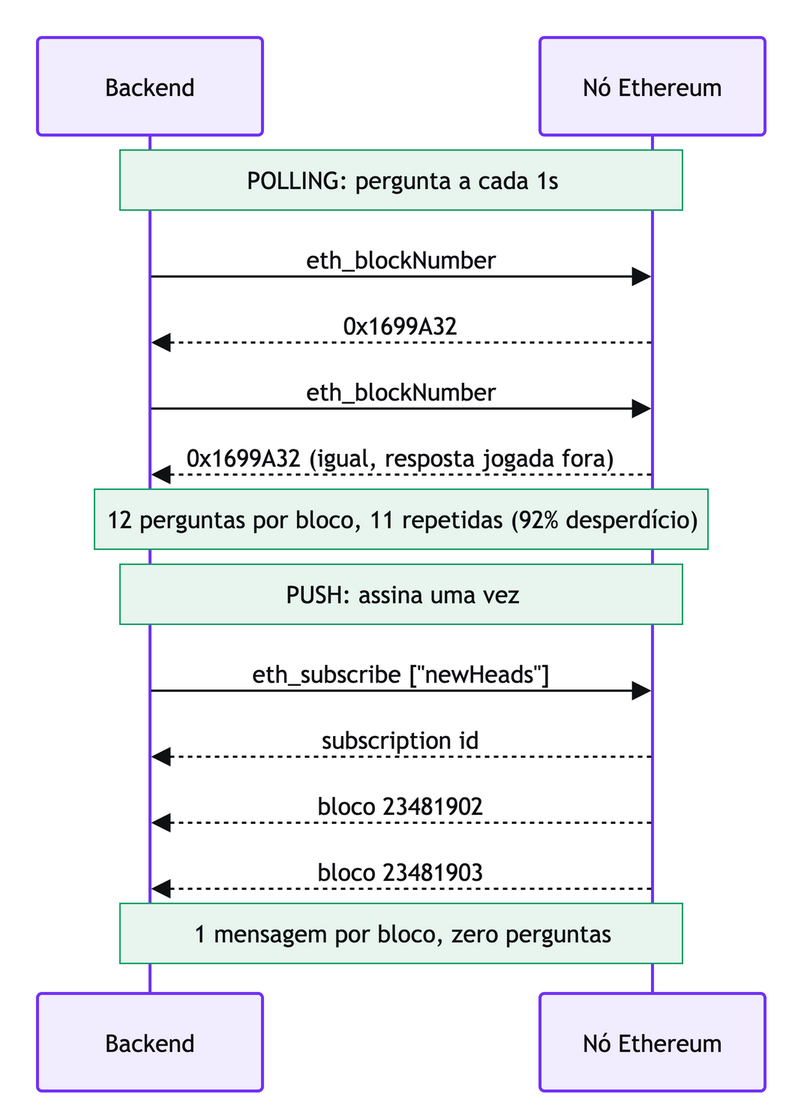
The draw.io diagram apps/web/public/diagrams/websocket-rpc-blockchain/polling-vs-push.png in Yuhtin/ics-select, before a commit. Source tidied: cells renumbered, new cells last; positions are measured from the earlier drawing's top-left corner, leaving out a move shared by most shapes.
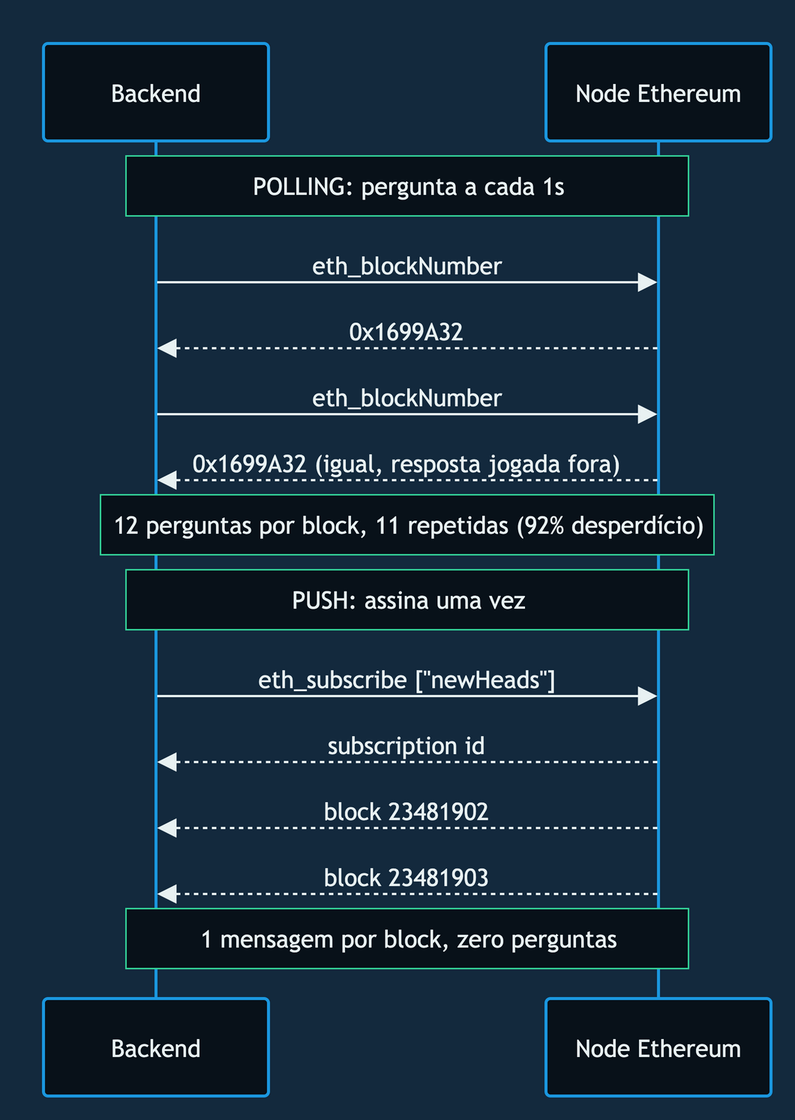
The same diagram one commit later.

The edit, as a diff of the source:
```diff
@@ -1,79 +1,79 @@
-<mxGraphModel>
+<mxGraphModel background="#13293d">
   <root>
     <mxCell id="0" />
     <mxCell id="1" parent="0" />
-    <mxCell id="2" value="Backend" style="html=1;shape=umlLifeline;perimeter=lifelinePerimeter;whiteSpace=wrap;outlineConnect=0;portConstraint=eastwest;newEdgeStyle={&quot;edgeStyle&quot;:&quot;elbowEdgeStyle&quot;,&quot;elbow&quot;:&quot;vertical&quot;,&quot;curved&quot;:0,&quot;rounded&quot;:0};lifelineDashed=0;strokeWidth=2;rounded=1;absoluteArcSize=1;arcSize=6;lifelineColor=#7132f5;fillColor=#f2ecff;strokeColor=#7132f5;fontColor=#101114;size=65;lifelineMirror=1;fontFamily=Trebuchet MS,Verdana,Arial,sans-serif;fontSize=16;" parent="1" vertex="1">
+    <mxCell id="2" value="Backend" style="html=1;shape=umlLifeline;perimeter=lifelinePerimeter;whiteSpace=wrap;outlineConnect=0;portConstraint=eastwest;newEdgeStyle={&quot;edgeStyle&quot;:&quot;elbowEdgeStyle&quot;,&quot;elbow&quot;:&quot;vertical&quot;,&quot;curved&quot;:0,&quot;rounded&quot;:0};lifelineDashed=0;strokeWidth=2;rounded=1;absoluteArcSize=1;arcSize=6;lifelineColor=#456a85;fillColor=#081119;strokeColor=#1b98e0;fontColor=#e8f1f2;size=65;lifelineMirror=1;fontFamily=Trebuchet MS,Verdana,Arial,sans-serif;fontSize=16;" parent="1" vertex="1">
       <mxGeometry width="150" height="702" as="geometry" />
     </mxCell>
-    <mxCell id="3" value="Nó Ethereum" style="html=1;shape=umlLifeline;perimeter=lifelinePerimeter;whiteSpace=wrap;outlineConnect=0;portConstraint=eastwest;newEdgeStyle={&quot;edgeStyle&quot;:&quot;elbowEdgeStyle&quot;,&quot;elbow&quot;:&quot;vertical&quot;,&quot;curved&quot;:0,&quot;rounded&quot;:0};lifelineDashed=0;strokeWidth=2;rounded=1;absoluteArcSize=1;arcSize=6;lifelineColor=#7132f5;fillColor=#f2ecff;strokeColor=#7132f5;fontColor=#101114;size=65;lifelineMirror=1;fontFamily=Trebuchet MS,Verdana,Arial,sans-serif;fontSize=16;" parent="1" vertex="1">
+    <mxCell id="3" value="Node Ethereum" style="html=1;shape=umlLifeline;perimeter=lifelinePerimeter;whiteSpace=wrap;outlineConnect=0;portConstraint=eastwest;newEdgeStyle={&quot;edgeStyle&quot;:&quot;elbowEdgeStyle&quot;,&quot;elbow&quot;:&quot;vertical&quot;,&quot;curved&quot;:0,&quot;rounded&quot;:0};lifelineDashed=0;strokeWidth=2;rounded=1;absoluteArcSize=1;arcSize=6;lifelineColor=#456a85;fillColor=#081119;strokeColor=#1b98e0;fontColor=#e8f1f2;size=65;lifelineMirror=1;fontFamily=Trebuchet MS,Verdana,Arial,sans-serif;fontSize=16;" parent="1" vertex="1">
       <mxGeometry x="335" width="150" height="702" as="geometry" />
     </mxCell>
-    <mxCell id="4" value="eth_blockNumber" style="endArrow=block;endSize=9;verticalAlign=bottom;edgeStyle=elbowEdgeStyle;elbow=vertical;curved=0;rounded=0;fontSize=16;labelBackgroundColor=none;strokeWidth=1.5;strokeColor=#101114;fontColor=#101114;fontFamily=Trebuchet MS,Verdana,Arial,sans-serif;" parent="1" edge="1" source="2" target="3">
+    <mxCell id="4" value="eth_blockNumber" style="endArrow=block;endSize=9;verticalAlign=bottom;edgeStyle=elbowEdgeStyle;elbow=vertical;curved=0;rounded=0;fontSize=16;labelBackgroundColor=none;strokeWidth=1.5;strokeColor=#e8f1f2;fontColor=#e8f1f2;fontFamily=Trebuchet MS,Verdana,Arial,sans-serif;" parent="1" edge="1" source="2" target="3">
       <mxGeometry relative="1" as="geometry">
         <Array as="points">
           <mxPoint x="243" y="159" />
         </Array>
       </mxGeometry>
     </mxCell>
-    <mxCell id="5" value="0x1699A32" style="dashed=1;fixDash=1;dashPattern=3 3;endArrow=block;endSize=9;verticalAlign=bottom;edgeStyle=elbowEdgeStyle;elbow=vertical;curved=0;rounded=0;fontSize=16;labelBackgroundColor=none;strokeWidth=1.5;strokeColor=#101114;fontColor=#101114;fontFamily=Trebuchet MS,Verdana,Arial,sans-serif;" parent="1" edge="1" source="3" target="2">
+    <mxCell id="5" value="0x1699A32" style="dashed=1;fixDash=1;dashPattern=3 3;endArrow=block;endSize=9;verticalAlign=bottom;edgeStyle=elbowEdgeStyle;elbow=vertical;curved=0;rounded=0;fontSize=16;labelBackgroundColor=none;strokeWidth=1.5;strokeColor=#e8f1f2;fontColor=#e8f1f2;fontFamily=Trebuchet MS,Verdana,Arial,sans-serif;" parent="1" edge="1" source="3" target="2">
       <mxGeometry relative="1" as="geometry">
         <Array as="points">
           <mxPoint x="243" y="203" />
         </Array>
       </mxGeometry>
     </mxCell>
-    <mxCell id="6" value="eth_blockNumber" style="endArrow=block;endSize=9;verticalAlign=bottom;edgeStyle=elbowEdgeStyle;elbow=vertical;curved=0;rounded=0;fontSize=16;labelBackgroundColor=none;strokeWidth=1.5;strokeColor=#101114;fontColor=#101114;fontFamily=Trebuchet MS,Verdana,Arial,sans-serif;" parent="1" edge="1" source="2" target="3">
+    <mxCell id="6" value="eth_blockNumber" style="endArrow=block;endSize=9;verticalAlign=bottom;edgeStyle=elbowEdgeStyle;elbow=vertical;curved=0;rounded=0;fontSize=16;labelBackgroundColor=none;strokeWidth=1.5;strokeColor=#e8f1f2;fontColor=#e8f1f2;fontFamily=Trebuchet MS,Verdana,Arial,sans-serif;" parent="1" edge="1" source="2" target="3">
       <mxGeometry relative="1" as="geometry">
         <Array as="points">
           <mxPoint x="243" y="247" />
         </Array>
       </mxGeometry>
     </mxCell>
-    <mxCell id="7" value="0x1699A32 (igual, resposta jogada fora)" style="dashed=1;fixDash=1;dashPattern=3 3;endArrow=block;endSize=9;verticalAlign=bottom;edgeStyle=elbowEdgeStyle;elbow=vertical;curved=0;rounded=0;fontSize=16;labelBackgroundColor=none;strokeWidth=1.5;strokeColor=#101114;fontColor=#101114;fontFamily=Trebuchet MS,Verdana,Arial,sans-serif;" parent="1" edge="1" source="3" target="2">
+    <mxCell id="7" value="0x1699A32 (igual, resposta jogada fora)" style="dashed=1;fixDash=1;dashPattern=3 3;endArrow=block;endSize=9;verticalAlign=bottom;edgeStyle=elbowEdgeStyle;elbow=vertical;curved=0;rounded=0;fontSize=16;labelBackgroundColor=none;strokeWidth=1.5;strokeColor=#e8f1f2;fontColor=#e8f1f2;fontFamily=Trebuchet MS,Verdana,Arial,sans-serif;" parent="1" edge="1" source="3" target="2">
       <mxGeometry relative="1" as="geometry">
         <Array as="points">
           <mxPoint x="243" y="291" />
         </Array>
       </mxGeometry>
     </mxCell>
-    <mxCell id="8" value="eth_subscribe [&quot;newHeads&quot;]" style="endArrow=block;endSize=9;verticalAlign=bottom;edgeStyle=elbowEdgeStyle;elbow=vertical;curved=0;rounded=0;fontSize=16;labelBackgroundColor=none;strokeWidth=1.5;strokeColor=#101114;fontColor=#101114;fontFamily=Trebuchet MS,Verdana,Arial,sans-serif;" parent="1" edge="1" source="2" target="3">
+    <mxCell id="8" value="eth_subscribe [&quot;newHeads&quot;]" style="endArrow=block;endSize=9;verticalAlign=bottom;edgeStyle=elbowEdgeStyle;elbow=vertical;curved=0;rounded=0;fontSize=16;labelBackgroundColor=none;strokeWidth=1.5;strokeColor=#e8f1f2;fontColor=#e8f1f2;fontFamily=Trebuchet MS,Verdana,Arial,sans-serif;" parent="1" edge="1" source="2" target="3">
       <mxGeometry relative="1" as="geometry">
         <Array as="points">
           <mxPoint x="243" y="435" />
         </Array>
       </mxGeometry>
     </mxCell>
-    <mxCell id="9" value="subscription id" style="dashed=1;fixDash=1;dashPattern=3 3;endArrow=block;endSize=9;verticalAlign=bottom;edgeStyle=elbowEdgeStyle;elbow=vertical;curved=0;rounded=0;fontSize=16;labelBackgroundColor=none;strokeWidth=1.5;strokeColor=#101114;fontColor=#101114;fontFamily=Trebuchet MS,Verdana,Arial,sans-serif;" parent="1" edge="1" source="3" target="2">
+    <mxCell id="9" value="subscription id" style="dashed=1;fixDash=1;dashPattern=3 3;endArrow=block;endSize=9;verticalAlign=bottom;edgeStyle=elbowEdgeStyle;elbow=vertical;curved=0;rounded=0;fontSize=16;labelBackgroundColor=none;strokeWidth=1.5;strokeColor=#e8f1f2;fontColor=#e8f1f2;fontFamily=Trebuchet MS,Verdana,Arial,sans-serif;" parent="1" edge="1" source="3" target="2">
       <mxGeometry relative="1" as="geometry">
         <Array as="points">
           <mxPoint x="243" y="479" />
         </Array>
       </mxGeometry>
     </mxCell>
-    <mxCell id="10" value="bloco 23481902" style="dashed=1;fixDash=1;dashPattern=3 3;endArrow=block;endSize=9;verticalAlign=bottom;edgeStyle=elbowEdgeStyle;elbow=vertical;curved=0;rounded=0;fontSize=16;labelBackgroundColor=none;strokeWidth=1.5;strokeColor=#101114;fontColor=#101114;fontFamily=Trebuchet MS,Verdana,Arial,sans-serif;" parent="1" edge="1" source="3" target="2">
+    <mxCell id="10" value="block 23481902" style="dashed=1;fixDash=1;dashPattern=3 3;endArrow=block;endSize=9;verticalAlign=bottom;edgeStyle=elbowEdgeStyle;elbow=vertical;curved=0;rounded=0;fontSize=16;labelBackgroundColor=none;strokeWidth=1.5;strokeColor=#e8f1f2;fontColor=#e8f1f2;fontFamily=Trebuchet MS,Verdana,Arial,sans-serif;" parent="1" edge="1" source="3" target="2">
       <mxGeometry relative="1" as="geometry">
         <Array as="points">
           <mxPoint x="243" y="523" />
         </Array>
       </mxGeometry>
     </mxCell>
-    <mxCell id="11" value="bloco 23481903" style="dashed=1;fixDash=1;dashPattern=3 3;endArrow=block;endSize=9;verticalAlign=bottom;edgeStyle=elbowEdgeStyle;elbow=vertical;curved=0;rounded=0;fontSize=16;labelBackgroundColor=none;strokeWidth=1.5;strokeColor=#101114;fontColor=#101114;fontFamily=Trebuchet MS,Verdana,Arial,sans-serif;" parent="1" edge="1" source="3" target="2">
+    <mxCell id="11" value="block 23481903" style="dashed=1;fixDash=1;dashPattern=3 3;endArrow=block;endSize=9;verticalAlign=bottom;edgeStyle=elbowEdgeStyle;elbow=vertical;curved=0;rounded=0;fontSize=16;labelBackgroundColor=none;strokeWidth=1.5;strokeColor=#e8f1f2;fontColor=#e8f1f2;fontFamily=Trebuchet MS,Verdana,Arial,sans-serif;" parent="1" edge="1" source="3" target="2">
       <mxGeometry relative="1" as="geometry">
         <Array as="points">
           <mxPoint x="243" y="567" />
         </Array>
       </mxGeometry>
     </mxCell>
-    <mxCell id="12" value="POLLING: pergunta a cada 1s" style="html=1;fillColor=#e7f5ee;strokeColor=#149e61;fontColor=#101114;fontFamily=Trebuchet MS,Verdana,Arial,sans-serif;fontSize=16;" parent="1" vertex="1">
+    <mxCell id="12" value="POLLING: pergunta a cada 1s" style="html=1;fillColor=#081119;strokeColor=#34d399;fontColor=#e8f1f2;fontFamily=Trebuchet MS,Verdana,Arial,sans-serif;fontSize=16;" parent="1" vertex="1">
       <mxGeometry x="55" y="75" width="375" height="40" as="geometry" />
     </mxCell>
-    <mxCell id="13" value="12 perguntas por bloco, 11 repetidas (92% desperdício)" style="html=1;fillColor=#e7f5ee;strokeColor=#149e61;fontColor=#101114;fontFamily=Trebuchet MS,Verdana,Arial,sans-serif;fontSize=16;" parent="1" vertex="1">
+    <mxCell id="13" value="12 perguntas por block, 11 repetidas (92% desperdício)" style="html=1;fillColor=#081119;strokeColor=#34d399;fontColor=#e8f1f2;fontFamily=Trebuchet MS,Verdana,Arial,sans-serif;fontSize=16;" parent="1" vertex="1">
       <mxGeometry x="38" y="301" width="409" height="40" as="geometry" />
     </mxCell>
-    <mxCell id="14" value="PUSH: assina uma vez" style="html=1;fillColor=#e7f5ee;strokeColor=#149e61;fontColor=#101114;fontFamily=Trebuchet MS,Verdana,Arial,sans-serif;fontSize=16;" parent="1" vertex="1">
+    <mxCell id="14" value="PUSH: assina uma vez" style="html=1;fillColor=#081119;strokeColor=#34d399;fontColor=#e8f1f2;fontFamily=Trebuchet MS,Verdana,Arial,sans-serif;fontSize=16;" parent="1" vertex="1">
       <mxGeometry x="55" y="351" width="375" height="40" as="geometry" />
     </mxCell>
-    <mxCell id="15" value="1 mensagem por bloco, zero perguntas" style="html=1;fillColor=#e7f5ee;strokeColor=#149e61;fontColor=#101114;fontFamily=Trebuchet MS,Verdana,Arial,sans-serif;fontSize=16;" parent="1" vertex="1">
+    <mxCell id="15" value="1 mensagem por block, zero perguntas" style="html=1;fillColor=#081119;strokeColor=#34d399;fontColor=#e8f1f2;fontFamily=Trebuchet MS,Verdana,Arial,sans-serif;fontSize=16;" parent="1" vertex="1">
       <mxGeometry x="55" y="577" width="375" height="40" as="geometry" />
     </mxCell>
   </root>
```
